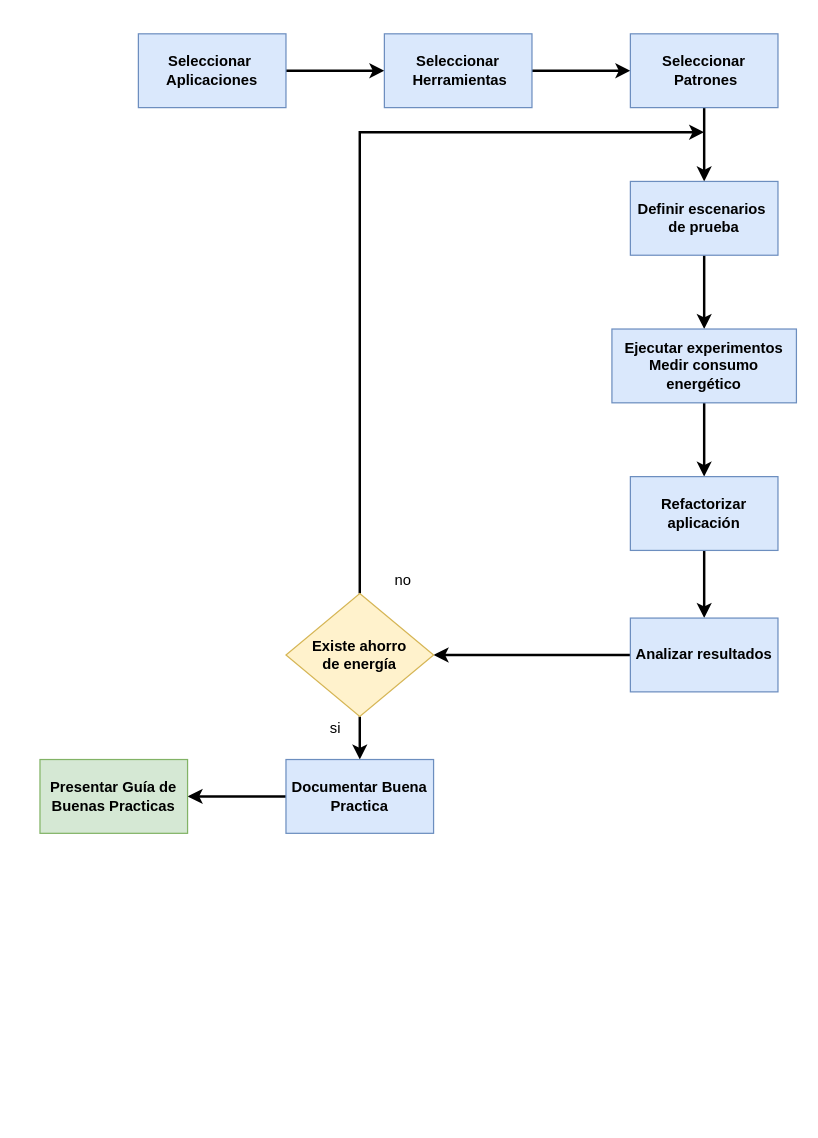
This is Estrategia de trabajo.drawio from XimenaB01/AgendaDocente, a draw.io file, before an edit. Source tidied: cells renumbered, new cells numbered last; positions are measured from the earlier drawing's top-left corner, leaving out a move shared by most shapes. Both pictures are drawn from the tidied source at 123%, with x=0, y=0 at pixel (39, 33).
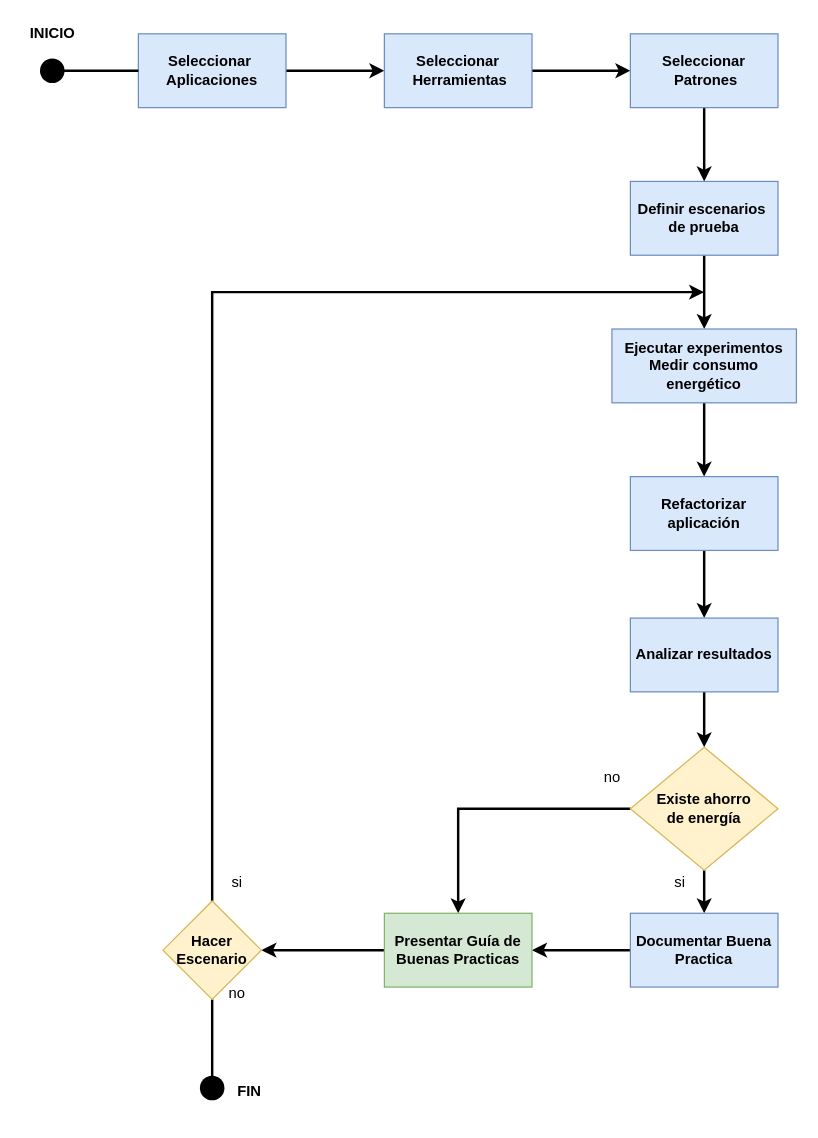
The same page after the edit.

Unchanged cells that the change refers to:
```xml
<mxCell id="3" value="&lt;b&gt;Seleccionar&amp;nbsp; Aplicaciones&lt;/b&gt;" style="rounded=0;whiteSpace=wrap;html=1;fillColor=#dae8fc;strokeColor=#6c8ebf;" parent="1" vertex="1">
  <mxGeometry x="80" width="120" height="60" as="geometry" />
</mxCell>
<mxCell id="15" value="&lt;b&gt;Analizar resultados&lt;/b&gt;" style="whiteSpace=wrap;html=1;fillColor=#dae8fc;strokeColor=#6c8ebf;rounded=0;" parent="1" vertex="1">
  <mxGeometry x="480" y="475" width="120" height="60" as="geometry" />
</mxCell>
```

The edit, as a diff of the source:
```diff
@@
-    <mxCell id="14" style="edgeStyle=orthogonalEdgeStyle;rounded=0;jettySize=auto;html=1;strokeWidth=2;exitX=0;exitY=0.5;exitDx=0;exitDy=0;" parent="1" edge="1" source="15" target="18">
+    <mxCell id="14" style="edgeStyle=orthogonalEdgeStyle;rounded=0;jettySize=auto;html=1;strokeWidth=2;exitX=0.5;exitY=1;exitDx=0;exitDy=0;" parent="1" edge="1" source="15" target="18">
       <mxGeometry relative="1" as="geometry" />
     </mxCell>
@@
-    <mxCell id="16" style="edgeStyle=orthogonalEdgeStyle;rounded=0;jettySize=auto;html=1;strokeWidth=2;exitX=0.5;exitY=0;exitDx=0;exitDy=0;" parent="1" edge="1" source="18">
+    <mxCell id="16" style="edgeStyle=orthogonalEdgeStyle;rounded=0;jettySize=auto;html=1;strokeWidth=2;exitX=0;exitY=0.5;exitDx=0;exitDy=0;entryX=0.5;entryY=0;entryDx=0;entryDy=0;" parent="1" edge="1" source="18" target="22">
       <mxGeometry relative="1" as="geometry">
-        <mxPoint x="540" y="80" as="targetPoint" />
         <Array as="points">
-          <mxPoint x="260" y="80" />
+          <mxPoint x="340" y="630" />
         </Array>
       </mxGeometry>
     </mxCell>
@@
     <mxCell id="18" value="&lt;b&gt;Existe ahorro de&amp;nbsp;energía&lt;/b&gt;" style="rhombus;whiteSpace=wrap;html=1;fillColor=#fff2cc;strokeColor=#d6b656;rounded=0;" parent="1" vertex="1">
-      <mxGeometry x="200" y="455" width="120" height="100" as="geometry" />
+      <mxGeometry x="480" y="580" width="120" height="100" as="geometry" />
     </mxCell>
     <mxCell id="19" value="no" style="text;html=1;align=center;verticalAlign=middle;strokeColor=none;fillColor=none;" parent="1" vertex="1">
-      <mxGeometry x="280" y="435" width="30" height="20" as="geometry" />
+      <mxGeometry x="450" y="595" width="30" height="20" as="geometry" />
     </mxCell>
@@
     <mxCell id="21" value="&lt;b&gt;Documentar Buena Practica&lt;/b&gt;" style="whiteSpace=wrap;html=1;fillColor=#dae8fc;strokeColor=#6c8ebf;rounded=0;" parent="1" vertex="1">
-      <mxGeometry x="200" y="590" width="120" height="60" as="geometry" />
+      <mxGeometry x="480" y="715" width="120" height="60" as="geometry" />
     </mxCell>
+    <mxCell id="24" style="edgeStyle=orthogonalEdgeStyle;rounded=0;jettySize=auto;html=1;strokeWidth=2;" parent="1" edge="1" source="22" target="27">
+      <mxGeometry relative="1" as="geometry" />
+    </mxCell>
     <mxCell id="22" value="&lt;b&gt;Presentar Guía&amp;nbsp;de Buenas Practicas&lt;/b&gt;" style="whiteSpace=wrap;html=1;fillColor=#d5e8d4;strokeColor=#82b366;rounded=0;" parent="1" vertex="1">
-      <mxGeometry y="590" width="120" height="60" as="geometry" />
+      <mxGeometry x="280" y="715" width="120" height="60" as="geometry" />
     </mxCell>
     <mxCell id="23" value="si" style="text;html=1;align=center;verticalAlign=middle;strokeColor=none;fillColor=none;" parent="1" vertex="1">
-      <mxGeometry x="230" y="555" width="20" height="20" as="geometry" />
+      <mxGeometry x="510" y="680" width="20" height="20" as="geometry" />
     </mxCell>
+    <mxCell id="25" style="edgeStyle=orthogonalEdgeStyle;rounded=0;jettySize=auto;html=1;strokeWidth=2;" parent="1" edge="1" source="27">
+      <mxGeometry relative="1" as="geometry">
+        <mxPoint x="540" y="210" as="targetPoint" />
+        <Array as="points">
+          <mxPoint x="140" y="210" />
+        </Array>
+      </mxGeometry>
+    </mxCell>
+    <mxCell id="26" style="edgeStyle=orthogonalEdgeStyle;rounded=0;jettySize=auto;html=1;strokeWidth=2;endArrow=none;endFill=0;" parent="1" edge="1" source="27" target="30">
+      <mxGeometry relative="1" as="geometry" />
+    </mxCell>
+    <mxCell id="27" value="&lt;b&gt;Hacer Escenario&lt;/b&gt;" style="rhombus;whiteSpace=wrap;html=1;fillColor=#fff2cc;strokeColor=#d6b656;rounded=0;" parent="1" vertex="1">
+      <mxGeometry x="100" y="705" width="80" height="80" as="geometry" />
+    </mxCell>
+    <mxCell id="28" value="si" style="text;html=1;align=center;verticalAlign=middle;strokeColor=none;fillColor=none;" parent="1" vertex="1">
+      <mxGeometry x="150" y="680" width="20" height="20" as="geometry" />
+    </mxCell>
+    <mxCell id="29" value="no" style="text;html=1;align=center;verticalAlign=middle;strokeColor=none;fillColor=none;" parent="1" vertex="1">
+      <mxGeometry x="145" y="770" width="30" height="20" as="geometry" />
+    </mxCell>
+    <mxCell id="30" style="shape=waypoint;sketch=0;size=6;points=[];fillColor=#000000;perimeter=centerPerimeter;snapToPoint=1;strokeColor=#000000;rounded=0;strokeWidth=8;" parent="1" vertex="1">
+      <mxGeometry x="120" y="837" width="40" height="40" as="geometry" />
+    </mxCell>
+    <mxCell id="31" value="&lt;b&gt;FIN&lt;/b&gt;" style="text;html=1;align=center;verticalAlign=middle;strokeColor=none;fillColor=none;" parent="1" vertex="1">
+      <mxGeometry x="155" y="850" width="30" height="20" as="geometry" />
+    </mxCell>
+    <mxCell id="32" style="edgeStyle=orthogonalEdgeStyle;rounded=0;jettySize=auto;html=1;entryX=0;entryY=0.5;entryDx=0;entryDy=0;endArrow=none;endFill=0;strokeWidth=2;" parent="1" edge="1" source="33" target="3">
+      <mxGeometry relative="1" as="geometry" />
+    </mxCell>
+    <mxCell id="33" style="shape=waypoint;sketch=0;size=6;points=[];fillColor=#000000;perimeter=centerPerimeter;snapToPoint=1;strokeColor=#000000;rounded=0;strokeWidth=8;" parent="1" vertex="1">
+      <mxGeometry x="-10" y="10" width="40" height="40" as="geometry" />
+    </mxCell>
+    <mxCell id="34" value="&lt;b&gt;INICIO&lt;/b&gt;" style="text;html=1;align=center;verticalAlign=middle;strokeColor=none;fillColor=none;" parent="1" vertex="1">
+      <mxGeometry x="-15" y="-10" width="50" height="20" as="geometry" />
+    </mxCell>
```
